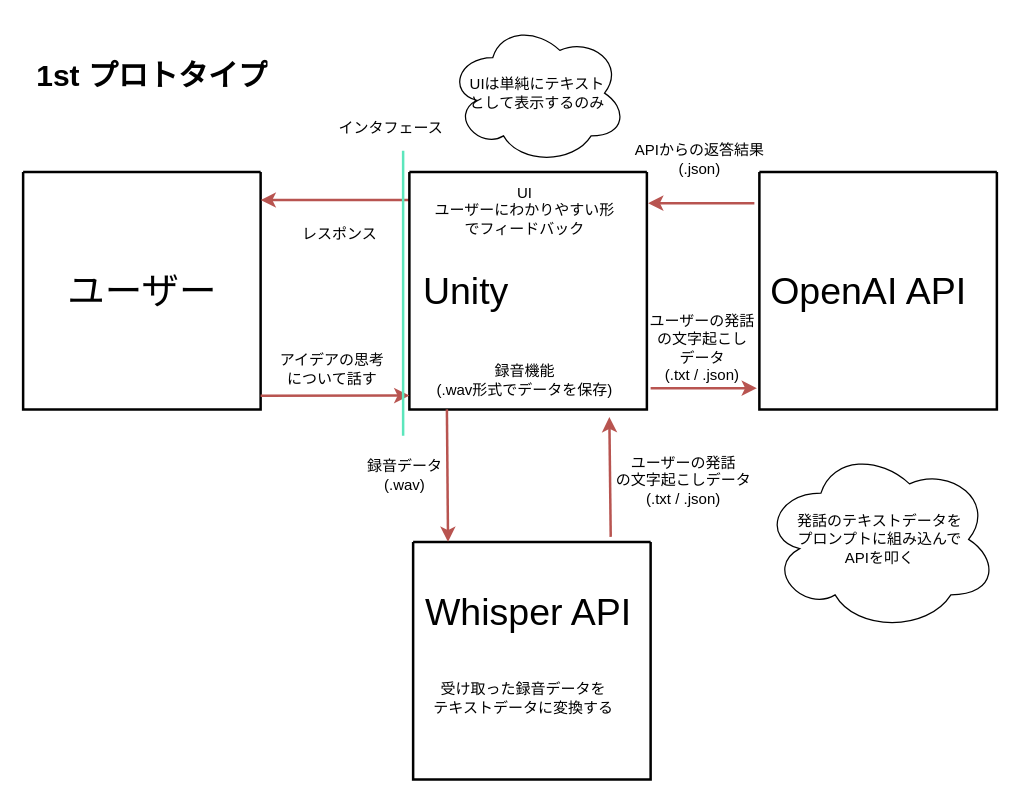
Above: 名称未設定ファイル.drawio in H-haruki-20/MODNet (draw.io), before the change. Source tidied: cells renumbered, new cells numbered last; positions are measured from the earlier drawing's top-left corner, leaving out a move shared by most shapes. Both pictures are drawn from the tidied source at 125%, with x=0, y=0 at pixel (22, 21).
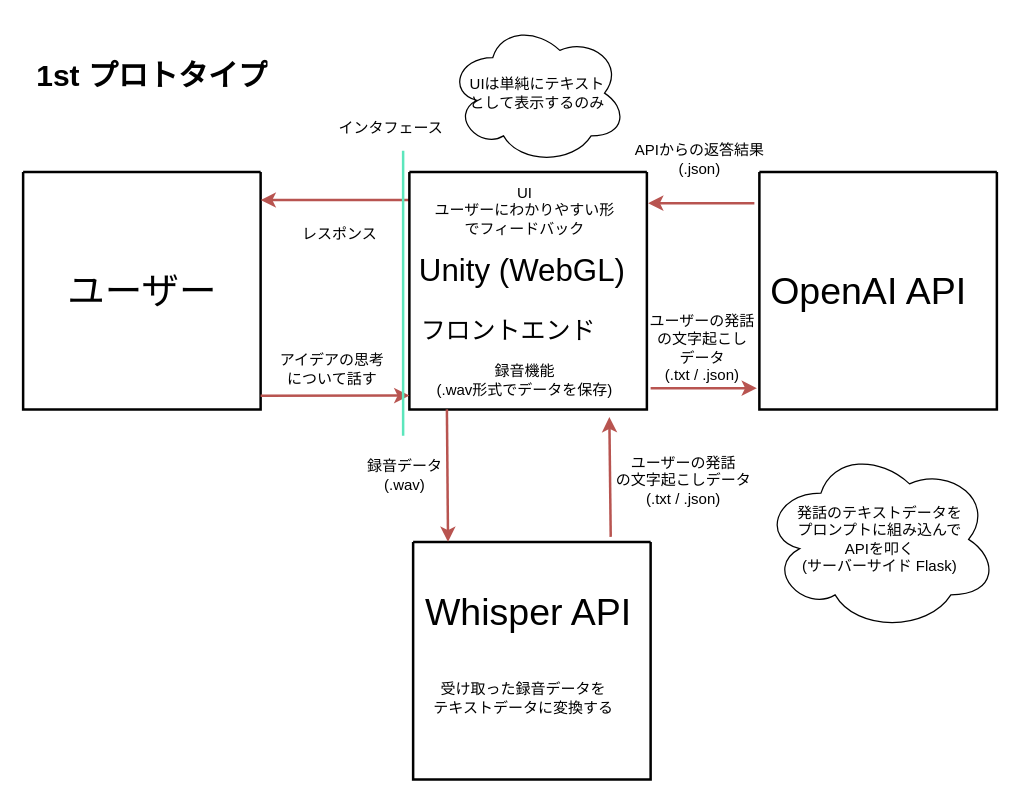
The same diagram, later.

Commit message:
録音機能をWebアプリに持たせる

The change refers to these unchanged cells:
```xml
<mxCell id="5" style="swimlane;startSize=0;strokeColor=default;swimlaneLine=1;strokeWidth=2;" parent="1" vertex="1">
  <mxGeometry x="309" y="120" width="190" height="190" as="geometry" />
</mxCell>
```

What changed in the source:
```diff
@@
-    <mxCell id="6" value="&lt;span style=&quot;font-size: 30px;&quot;&gt;Unity&lt;/span&gt;" style="text;html=1;align=center;verticalAlign=middle;strokeColor=none;fillColor=none;" parent="5" vertex="1">
-      <mxGeometry y="70" width="90" height="50" as="geometry" />
+    <mxCell id="6" value="&lt;font style=&quot;font-size: 25px;&quot;&gt;Unity (WebGL)&lt;/font&gt;" style="text;html=1;align=center;verticalAlign=middle;strokeColor=none;fillColor=none;" parent="5" vertex="1">
+      <mxGeometry x="-2" y="57" width="183" height="42" as="geometry" />
     </mxCell>
@@
+    <mxCell id="30" value="&lt;font style=&quot;font-size: 20px;&quot;&gt;フロントエンド&lt;/font&gt;" style="text;html=1;align=center;verticalAlign=middle;strokeColor=none;fillColor=none;" parent="5" vertex="1">
+      <mxGeometry y="108" width="158" height="36" as="geometry" />
+    </mxCell>
@@
-    <mxCell id="24" value="発話のテキストデータを&lt;br&gt;プロンプトに組み込んで&lt;br&gt;APIを叩く" style="ellipse;shape=cloud;whiteSpace=wrap;html=1;" parent="1" vertex="1">
+    <mxCell id="24" value="発話のテキストデータを&lt;br&gt;プロンプトに組み込んで&lt;br&gt;APIを叩く&lt;br&gt;(サーバーサイド Flask)" style="ellipse;shape=cloud;whiteSpace=wrap;html=1;" parent="1" vertex="1">
       <mxGeometry x="591" y="340" width="189" height="148" as="geometry" />
     </mxCell>
```
